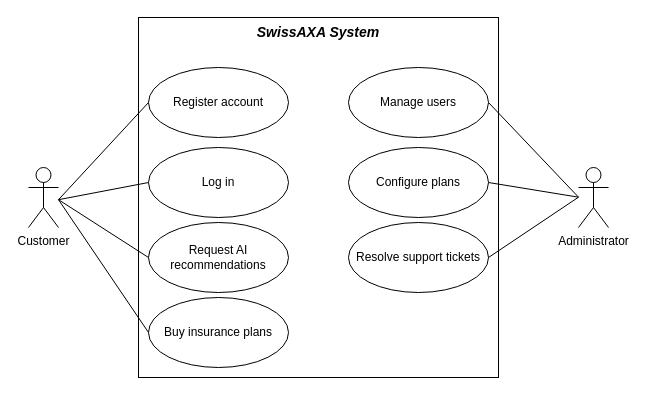
Matasem-h/SimpleFlowcharts keeps this draw.io diagram as Project - Agile Software Engineering Diagram 3.drawio. Above is the earlier version. Source tidied: cells renumbered, new cells numbered last; positions are measured from the earlier drawing's top-left corner, leaving out a move shared by most shapes. Both pictures are drawn from the tidied source at 100%, with x=0, y=0 at pixel (28, 17).
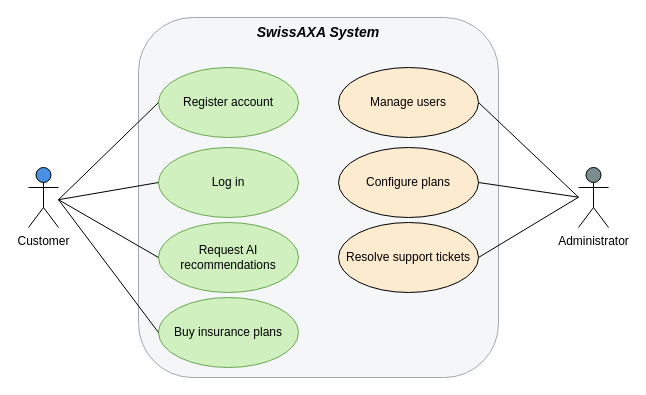
The same diagram, later.

What changed in the source:
```diff
@@
-    <mxCell id="2" value="&lt;span&gt;&lt;b&gt;SwissAXA System&lt;/b&gt;&lt;/span&gt;" style="rounded=0;whiteSpace=wrap;html=1;verticalAlign=top;fontSize=14;fontStyle=2;" parent="1" vertex="1">
+    <mxCell id="2" value="&lt;i&gt;&lt;span&gt;&lt;b&gt;SwissAXA System&lt;/b&gt;&lt;/span&gt;&lt;/i&gt;" style="rounded=1;whiteSpace=wrap;html=1;verticalAlign=top;fontSize=14;fontStyle=2;fillColor=#F4F6F8;strokeColor=#A0AAB4;glass=0;shadow=0;" parent="1" vertex="1">
       <mxGeometry x="110" width="360" height="360" as="geometry" />
     </mxCell>
-    <mxCell id="3" value="Customer" style="shape=umlActor;verticalLabelPosition=bottom;verticalAlign=top;html=1;" parent="1" vertex="1">
+    <mxCell id="3" value="Customer" style="shape=umlActor;verticalLabelPosition=bottom;verticalAlign=top;html=1;fillColor=light-dark(#4A90E2,#4A90E2);" parent="1" vertex="1">
       <mxGeometry y="150" width="30" height="60" as="geometry" />
     </mxCell>
-    <mxCell id="4" value="Administrator" style="shape=umlActor;verticalLabelPosition=bottom;verticalAlign=top;html=1;" parent="1" vertex="1">
+    <mxCell id="4" value="Administrator" style="shape=umlActor;verticalLabelPosition=bottom;verticalAlign=top;html=1;fillColor=#7B8D8E;" parent="1" vertex="1">
       <mxGeometry x="550" y="150" width="30" height="60" as="geometry" />
     </mxCell>
-    <mxCell id="5" value="Register account" style="ellipse;whiteSpace=wrap;html=1;" parent="1" vertex="1">
-      <mxGeometry x="120" y="50" width="140" height="70" as="geometry" />
+    <mxCell id="5" value="&lt;font&gt;Register account&lt;/font&gt;" style="ellipse;whiteSpace=wrap;html=1;fillColor=#D0F0C0;strokeColor=#6AA84F;fontColor=#000000;" parent="1" vertex="1">
+      <mxGeometry x="130" y="50" width="140" height="70" as="geometry" />
     </mxCell>
-    <mxCell id="6" value="Manage users" style="ellipse;whiteSpace=wrap;html=1;" parent="1" vertex="1">
-      <mxGeometry x="320" y="50" width="140" height="70" as="geometry" />
+    <mxCell id="6" value="Manage users" style="ellipse;whiteSpace=wrap;html=1;fillColor=#FDEBD0;strokeColor=light-dark(#000000,#000000);" parent="1" vertex="1">
+      <mxGeometry x="310" y="50" width="140" height="70" as="geometry" />
     </mxCell>
-    <mxCell id="7" value="Log in" style="ellipse;whiteSpace=wrap;html=1;" parent="1" vertex="1">
-      <mxGeometry x="120" y="130" width="140" height="70" as="geometry" />
+    <mxCell id="7" value="Log in" style="ellipse;whiteSpace=wrap;html=1;fillColor=#D0F0C0;strokeColor=#6AA84F;" parent="1" vertex="1">
+      <mxGeometry x="130" y="130" width="140" height="70" as="geometry" />
     </mxCell>
-    <mxCell id="8" value="Configure plans" style="ellipse;whiteSpace=wrap;html=1;" parent="1" vertex="1">
-      <mxGeometry x="320" y="130" width="140" height="70" as="geometry" />
+    <mxCell id="8" value="Configure plans" style="ellipse;whiteSpace=wrap;html=1;fillColor=#FDEBD0;strokeColor=light-dark(#000000,#000000);" parent="1" vertex="1">
+      <mxGeometry x="310" y="130" width="140" height="70" as="geometry" />
     </mxCell>
-    <mxCell id="9" value="Request AI recommendations" style="ellipse;whiteSpace=wrap;html=1;" parent="1" vertex="1">
-      <mxGeometry x="120" y="205" width="140" height="70" as="geometry" />
+    <mxCell id="9" value="Request AI recommendations" style="ellipse;whiteSpace=wrap;html=1;fillColor=#D0F0C0;strokeColor=#6AA84F;" parent="1" vertex="1">
+      <mxGeometry x="130" y="205" width="140" height="70" as="geometry" />
     </mxCell>
-    <mxCell id="10" value="Resolve support tickets" style="ellipse;whiteSpace=wrap;html=1;" parent="1" vertex="1">
-      <mxGeometry x="320" y="205" width="140" height="70" as="geometry" />
+    <mxCell id="10" value="Resolve support tickets" style="ellipse;whiteSpace=wrap;html=1;fillColor=#FDEBD0;strokeColor=light-dark(#000000,#000000);" parent="1" vertex="1">
+      <mxGeometry x="310" y="205" width="140" height="70" as="geometry" />
     </mxCell>
-    <mxCell id="11" value="Buy insurance plans" style="ellipse;whiteSpace=wrap;html=1;" parent="1" vertex="1">
-      <mxGeometry x="120" y="280" width="140" height="70" as="geometry" />
+    <mxCell id="11" value="Buy insurance plans" style="ellipse;whiteSpace=wrap;html=1;fillColor=#D0F0C0;strokeColor=#6AA84F;" parent="1" vertex="1">
+      <mxGeometry x="130" y="280" width="140" height="70" as="geometry" />
     </mxCell>
```
